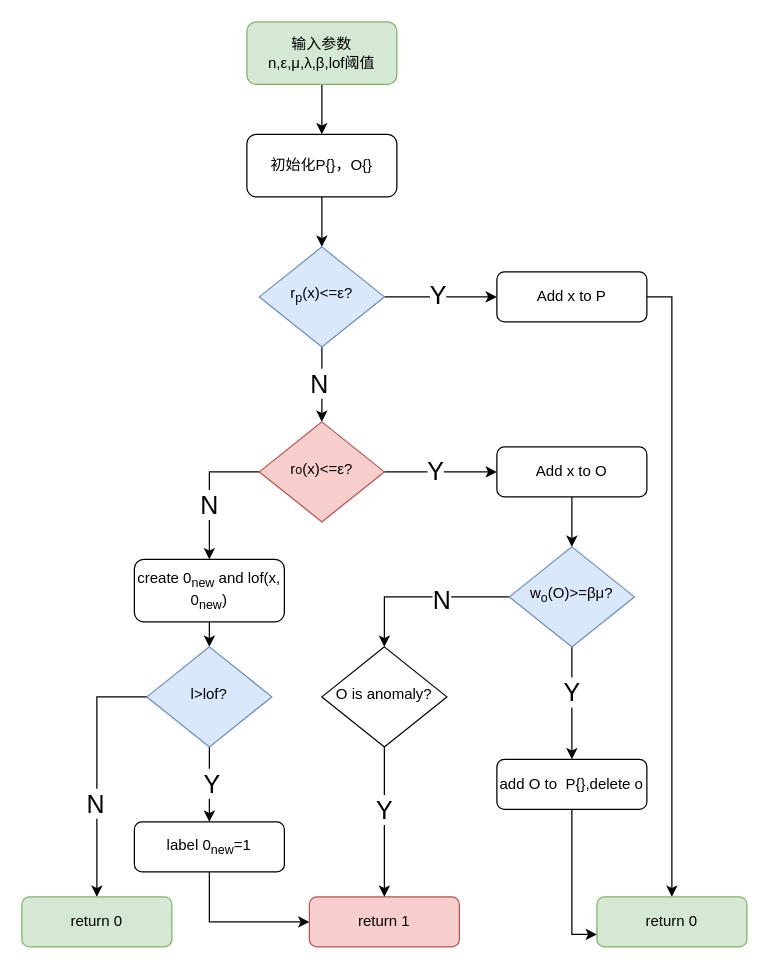
The draw.io diagram paper/paper al流程.drawio in qin8948050/diagram, before the edit. Source tidied: cells renumbered, new cells numbered last; positions are measured from the earlier drawing's top-left corner, leaving out a move shared by most shapes. Both pictures are drawn from the tidied source at 125%, with x=0, y=0 at pixel (21, 21).
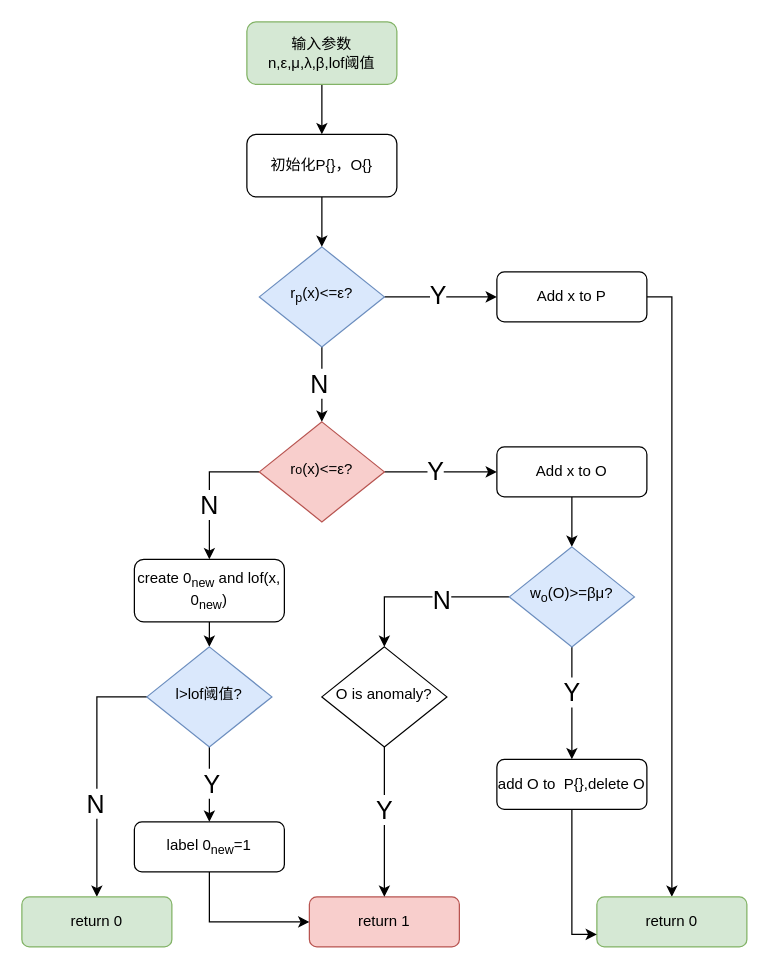
The same page after the edit.

What changed in the source:
```diff
@@
-    <mxCell id="24" value="add O to&amp;nbsp; P{},delete o" style="rounded=1;whiteSpace=wrap;html=1;fontSize=12;glass=0;strokeWidth=1;shadow=0;" parent="1" vertex="1">
+    <mxCell id="24" value="add O to&amp;nbsp; P{},delete O" style="rounded=1;whiteSpace=wrap;html=1;fontSize=12;glass=0;strokeWidth=1;shadow=0;" parent="1" vertex="1">
       <mxGeometry x="380" y="590" width="120" height="40" as="geometry" />
     </mxCell>
@@
-    <mxCell id="38" value="l&amp;gt;lof?" style="rhombus;whiteSpace=wrap;html=1;shadow=0;fontFamily=Helvetica;fontSize=12;align=center;strokeWidth=1;spacing=6;spacingTop=-4;fillColor=#dae8fc;strokeColor=#6c8ebf;" parent="1" vertex="1">
+    <mxCell id="38" value="l&amp;gt;lof阈值?" style="rhombus;whiteSpace=wrap;html=1;shadow=0;fontFamily=Helvetica;fontSize=12;align=center;strokeWidth=1;spacing=6;spacingTop=-4;fillColor=#dae8fc;strokeColor=#6c8ebf;" parent="1" vertex="1">
       <mxGeometry x="100" y="500" width="100" height="80" as="geometry" />
     </mxCell>
```
